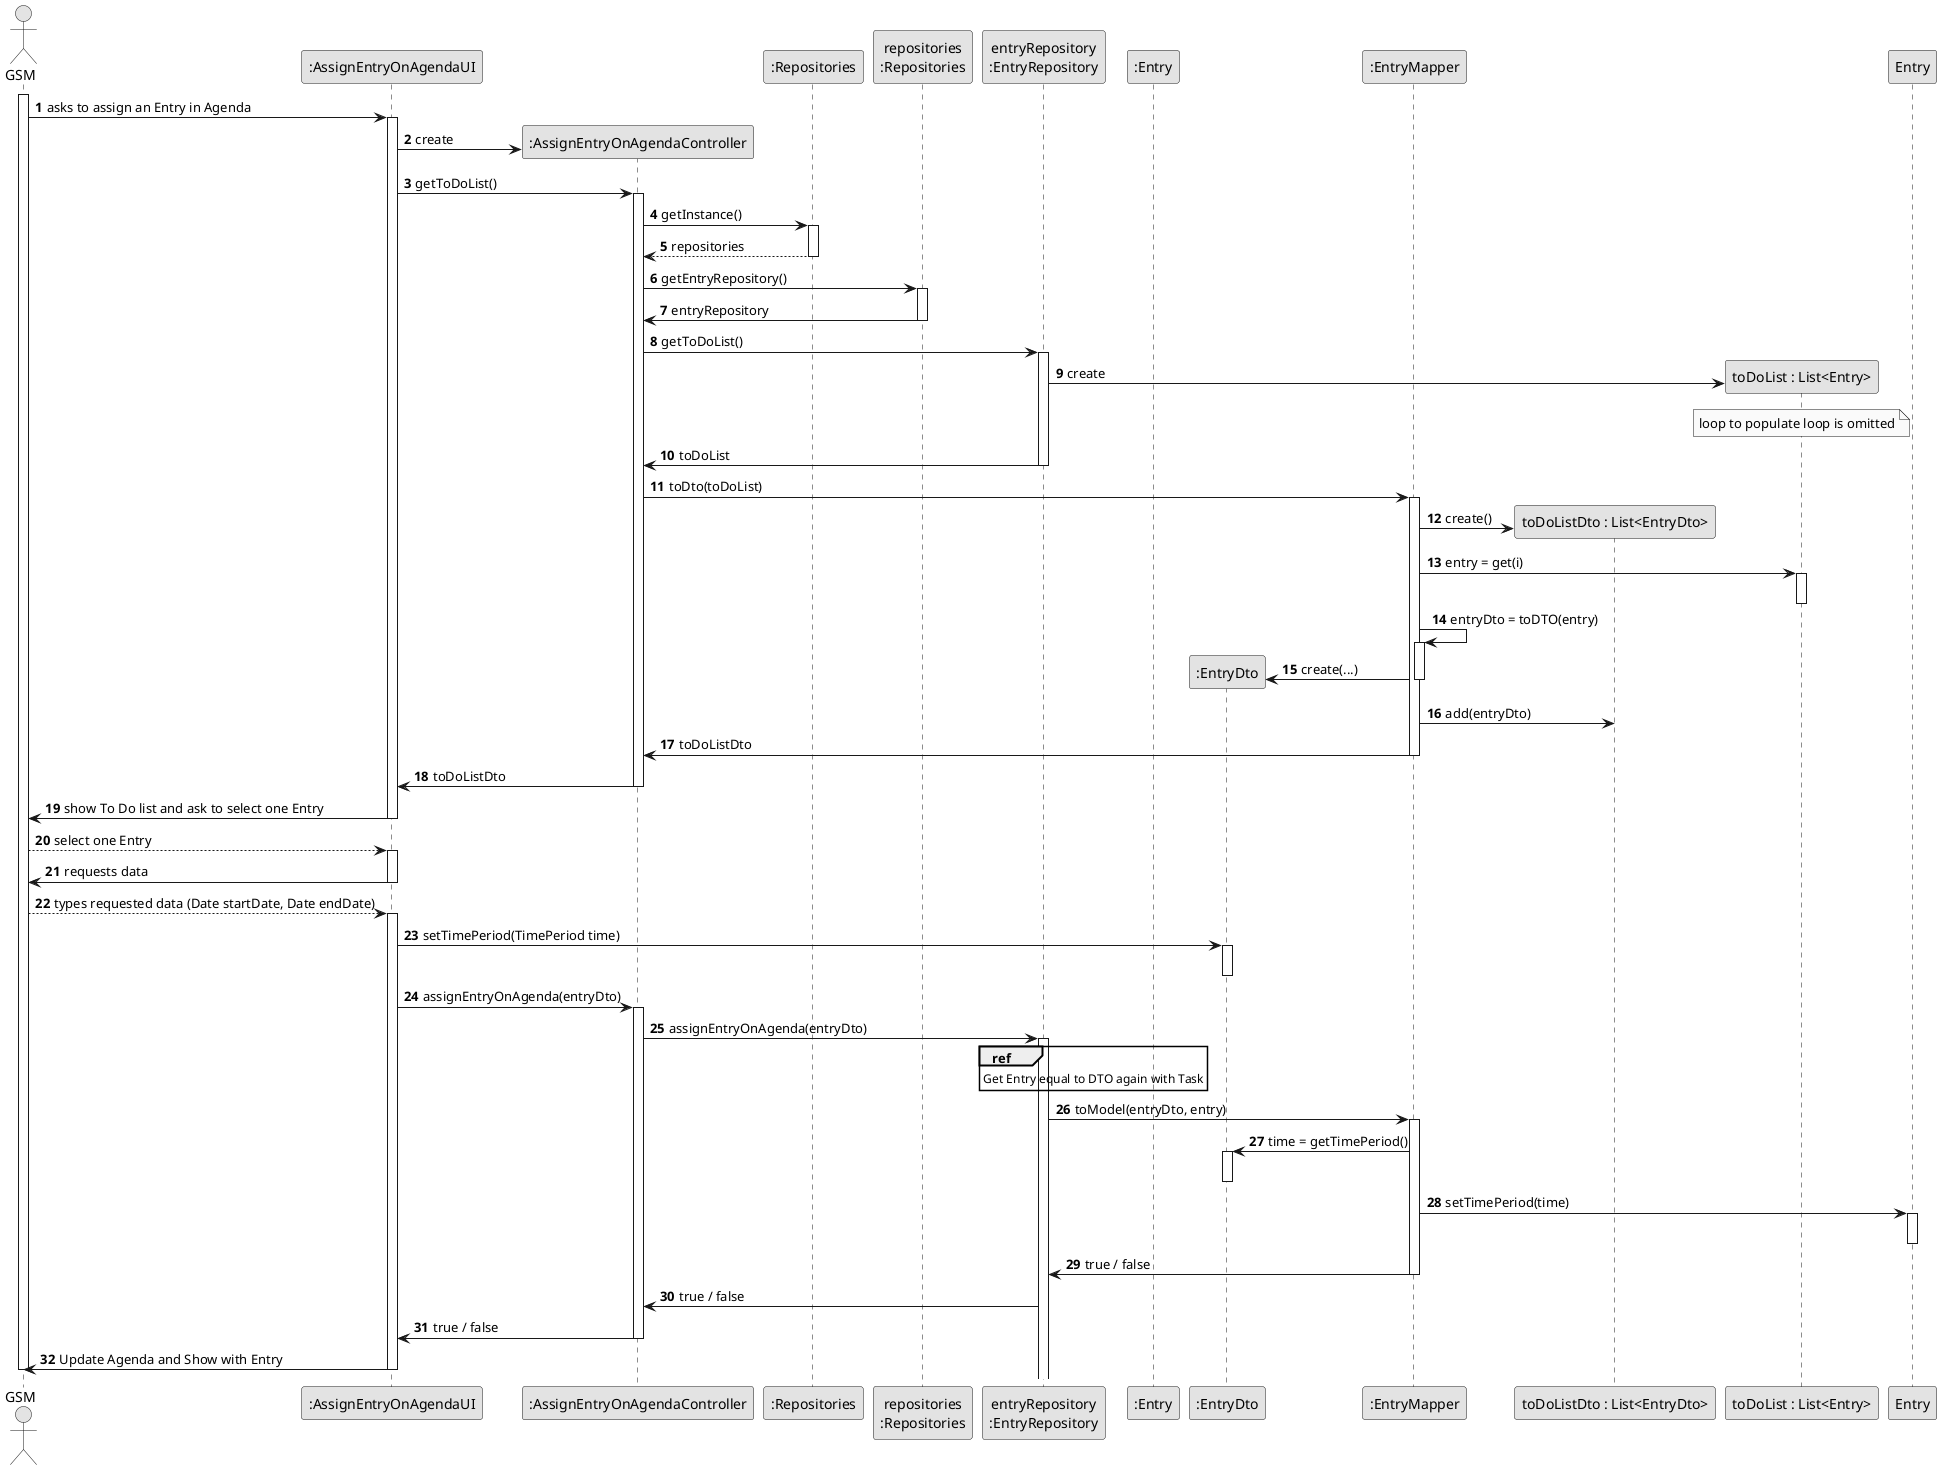
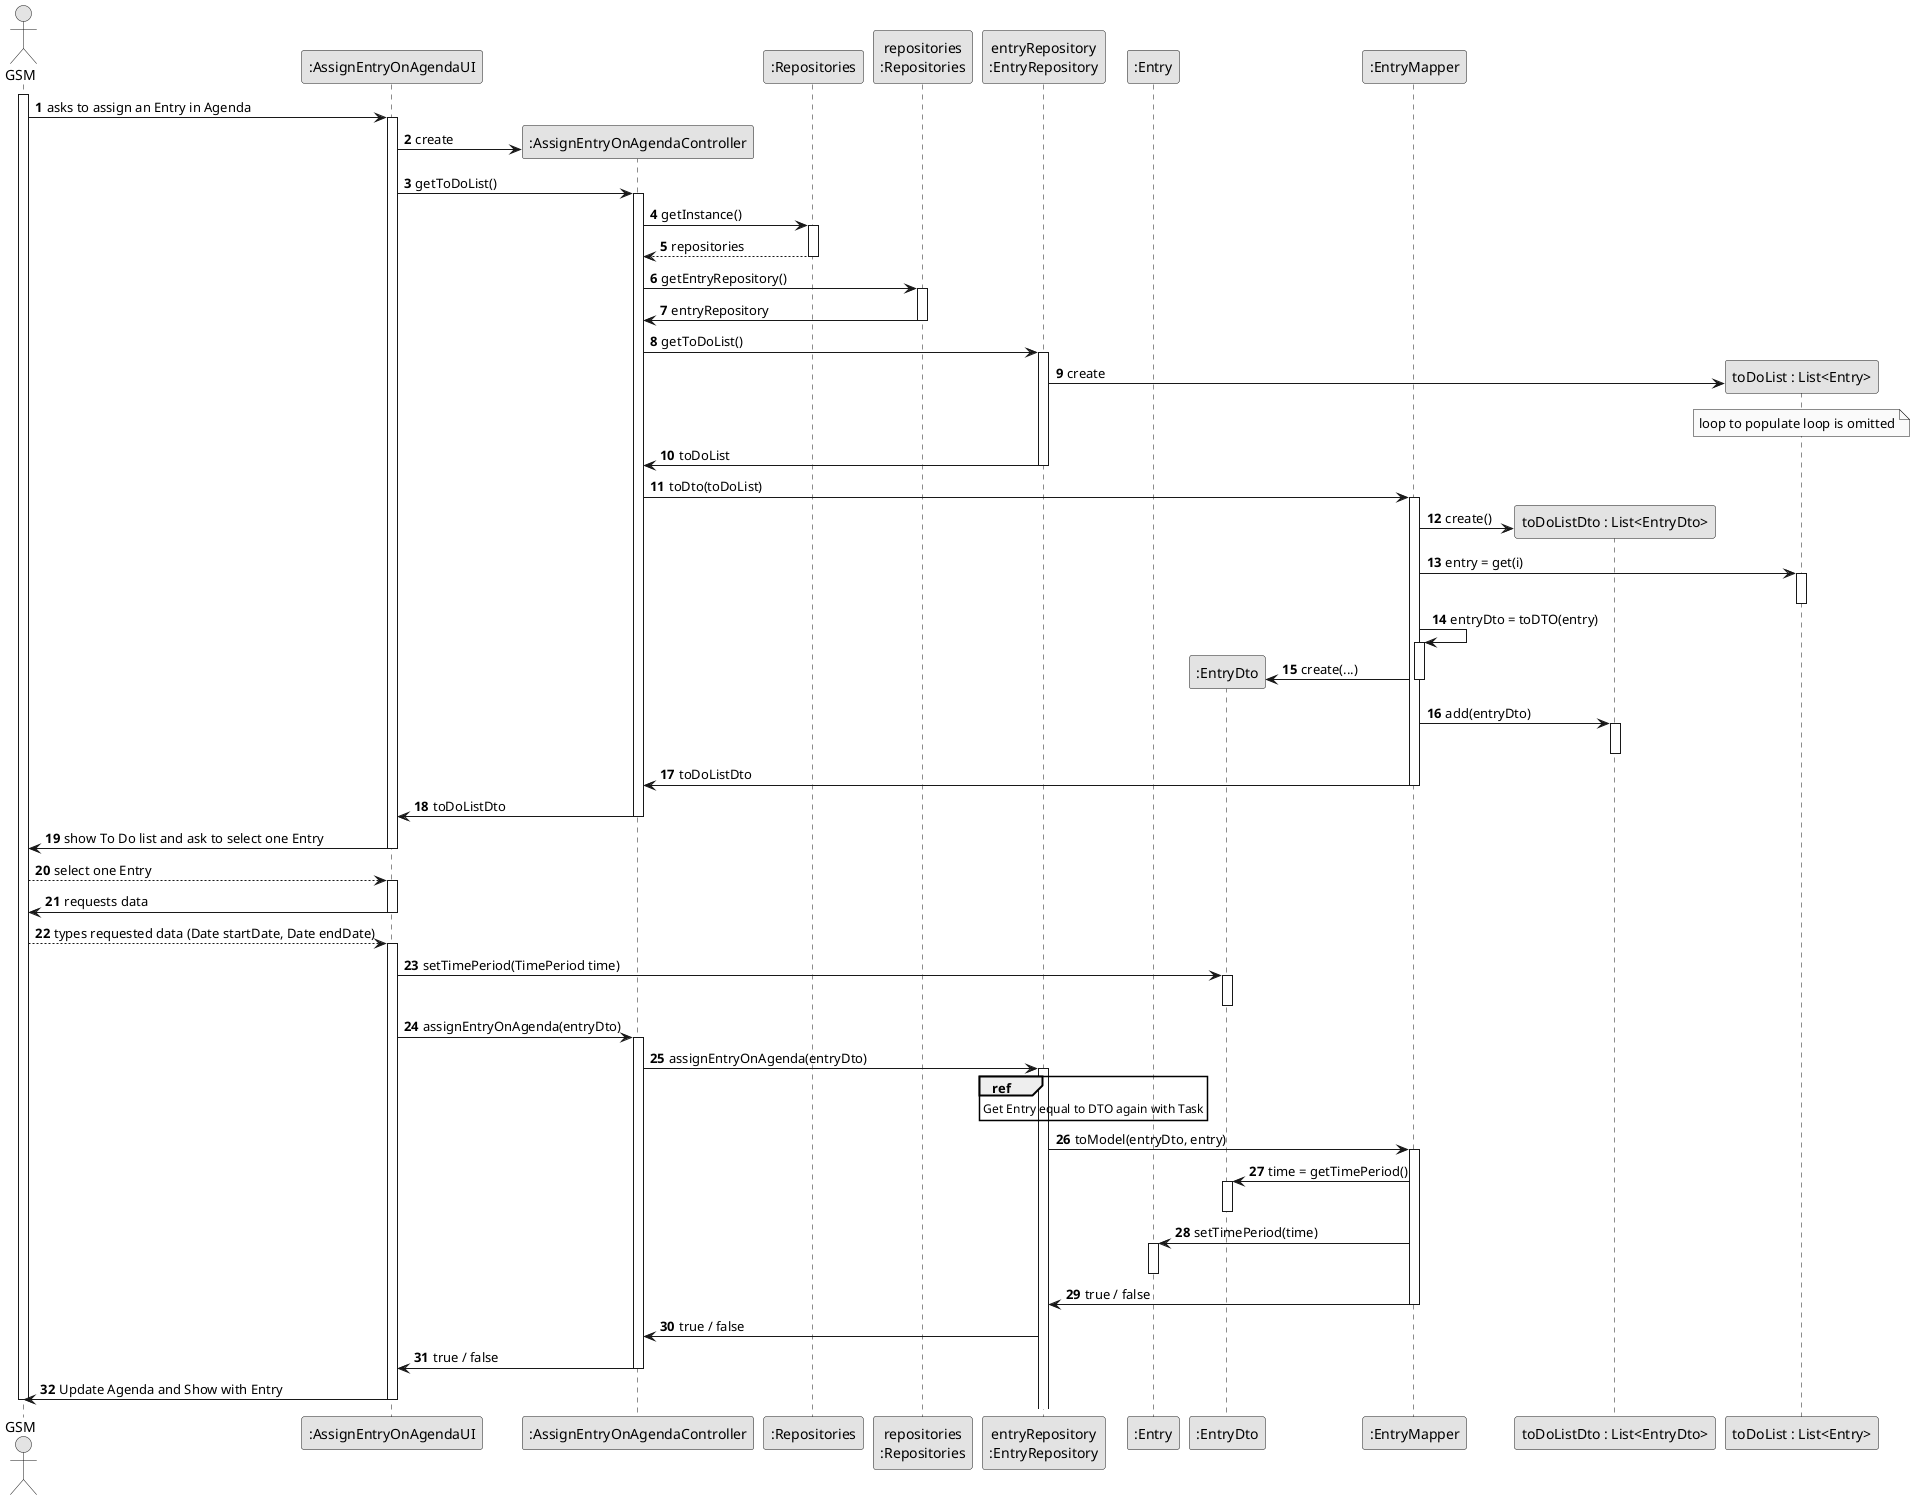
@startuml
skinparam monochrome true
skinparam packageStyle rectangle
skinparam shadowing false

autonumber

'hide footbox
actor "GSM" as GSM
participant ":AssignEntryOnAgendaUI" as UI
participant ":AssignEntryOnAgendaController" as CTRL
participant ":Repositories" as RepositorySingleton
participant "repositories\n:Repositories" as PLAT
participant "entryRepository\n:EntryRepository" as EntryRepository
participant ":Entry" as OBJ
participant ":EntryDto" as DTO
participant ":EntryMapper" as MAPPER
participant "toDoListDto : List<EntryDto>" as ListDTO
participant "toDoList : List<Entry>" as List


activate GSM

        GSM -> UI : asks to assign an Entry in Agenda

        activate UI

'            UI --> GSM : requests data (reference, description,  informal \n description, technical description, duration, cost)
            'create CTRL
            UI -> CTRL** : create

            UI -> CTRL : getToDoList()
            activate CTRL

             CTRL -> RepositorySingleton : getInstance()
                                        activate RepositorySingleton

                                            RepositorySingleton --> CTRL: repositories
                                        deactivate RepositorySingleton

                                        CTRL -> PLAT : getEntryRepository()
                                        activate PLAT

                                        PLAT -> CTRL : entryRepository
                                        deactivate PLAT

                                        CTRL -> EntryRepository : getToDoList()
                                        activate EntryRepository



                                        EntryRepository -> List** : create

                                        note over List : loop to populate loop is omitted



                                        EntryRepository -> CTRL : toDoList
                                        deactivate EntryRepository

                                        CTRL -> MAPPER : toDto(toDoList)
                                        activate MAPPER

                                        MAPPER -> ListDTO** : create()

                                        MAPPER -> List : entry = get(i)
                                        activate List
                                        deactivate List

                                        MAPPER -> MAPPER : entryDto = toDTO(entry)
                                        activate MAPPER

                                        MAPPER -> DTO**  : create(...)
                                        deactivate MAPPER

                                        MAPPER -> ListDTO : add(entryDto)
+                                         activate ListDTO
+                                         deactivate ListDTO

                                        MAPPER -> CTRL : toDoListDto
                                        deactivate MAPPER

            CTRL -> UI : toDoListDto
            deactivate CTRL

            UI -> GSM : show To Do list and ask to select one Entry
            deactivate UI

            GSM --> UI : select one Entry
            activate UI

            UI -> GSM : requests data
            deactivate UI

            GSM --> UI : types requested data (Date startDate, Date endDate)
            activate UI

            UI-> DTO : setTimePeriod(TimePeriod time)
            activate DTO
            deactivate DTO

            UI -> CTRL : assignEntryOnAgenda(entryDto)
            activate CTRL

            CTRL -> EntryRepository : assignEntryOnAgenda(entryDto)
            activate EntryRepository

            ref over EntryRepository: Get Entry equal to DTO again with Task

            EntryRepository -> MAPPER : toModel(entryDto, entry)
            activate MAPPER

            MAPPER -> DTO : time = getTimePeriod()
            activate DTO
            deactivate DTO

-             MAPPER -> Entry : setTimePeriod(time)
-             activate Entry
-             deactivate Entry
+             MAPPER -> OBJ : setTimePeriod(time)
+             activate OBJ
+             deactivate OBJ

            MAPPER -> EntryRepository : true / false
            deactivate MAPPER

            EntryRepository -> CTRL : true / false
            deactivate MAPPER

            CTRL -> UI : true / false
            deactivate CTRL

    UI -> GSM : Update Agenda and Show with Entry
    deactivate UI

deactivate GSM

@enduml